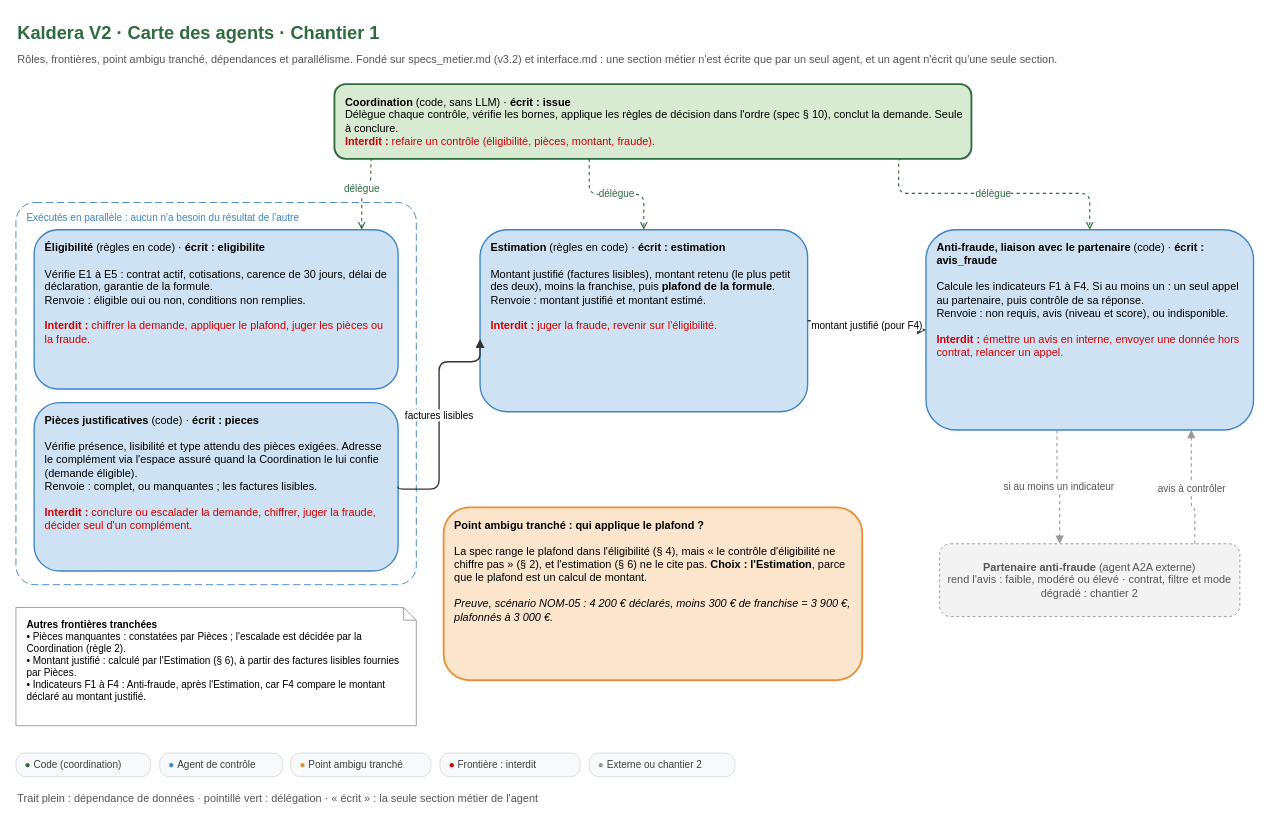
The draw.io diagram schemas/schema-1-carte-des-agents.drawio in Ganda15/kaldera-v2-conception, before the edit. Source tidied: cells renumbered, new cells numbered last; positions are measured from the earlier drawing's top-left corner, leaving out a move shared by most shapes. Both pictures are drawn from the tidied source at 91%, with x=0, y=0 at pixel (15, 15).
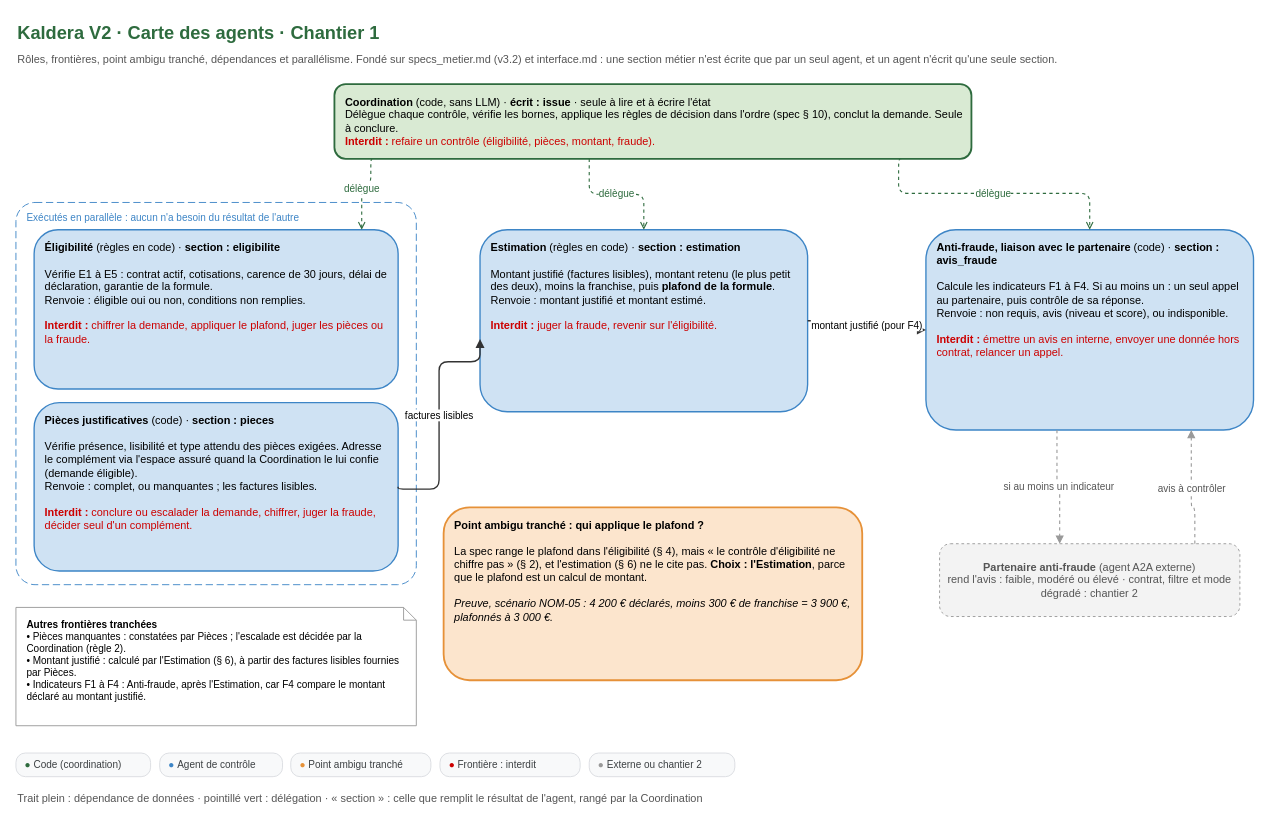
Above is the later version.

Commit message (it also covers changes not shown here):
docs(chantier 1): la Coordination seule lit et ecrit l'etat de la demande

What changed in the source:
```diff
@@
-    <mxCell id="4" value="&lt;b&gt;Coordination&lt;/b&gt; (code, sans LLM) · &lt;b&gt;écrit : issue&lt;/b&gt;&lt;br&gt;Délègue chaque contrôle, vérifie les bornes, applique les règles de décision dans l'ordre (spec § 10), conclut la demande. Seule à conclure.&lt;br&gt;&lt;font color=&quot;#cc0000&quot;&gt;&lt;b&gt;Interdit :&lt;/b&gt; refaire un contrôle (éligibilité, pièces, montant, fraude).&lt;/font&gt;" style="whiteSpace=wrap;html=1;fontFamily=Arial;fontSize=12;align=left;spacingLeft=10;spacingRight=8;verticalAlign=top;spacingTop=6;rounded=1;fillColor=#d9ead3;strokeColor=#2E6B3E;strokeWidth=2;" parent="1" vertex="1">
+    <mxCell id="4" value="&lt;b&gt;Coordination&lt;/b&gt; (code, sans LLM) · &lt;b&gt;écrit : issue&lt;/b&gt; · seule à lire et à écrire l'état&lt;br&gt;Délègue chaque contrôle, vérifie les bornes, applique les règles de décision dans l'ordre (spec § 10), conclut la demande. Seule à conclure.&lt;br&gt;&lt;font color=&quot;#cc0000&quot;&gt;&lt;b&gt;Interdit :&lt;/b&gt; refaire un contrôle (éligibilité, pièces, montant, fraude).&lt;/font&gt;" style="whiteSpace=wrap;html=1;fontFamily=Arial;fontSize=12;align=left;spacingLeft=10;spacingRight=8;verticalAlign=top;spacingTop=6;rounded=1;fillColor=#d9ead3;strokeColor=#2E6B3E;strokeWidth=2;" parent="1" vertex="1">
       <mxGeometry x="350" y="75" width="700" height="82" as="geometry" />
     </mxCell>
@@
-    <mxCell id="6" value="&lt;b&gt;Éligibilité&lt;/b&gt; (règles en code) · &lt;b&gt;écrit : eligibilite&lt;/b&gt;&lt;br&gt;&lt;br&gt;Vérifie E1 à E5 : contrat actif, cotisations, carence de 30 jours, délai de déclaration, garantie de la formule.&lt;br&gt;Renvoie : éligible oui ou non, conditions non remplies.&lt;br&gt;&lt;br&gt;&lt;font color=&quot;#cc0000&quot;&gt;&lt;b&gt;Interdit :&lt;/b&gt; chiffrer la demande, appliquer le plafond, juger les pièces ou la fraude.&lt;/font&gt;" style="whiteSpace=wrap;html=1;fontFamily=Arial;fontSize=12;align=left;spacingLeft=10;spacingRight=8;verticalAlign=top;spacingTop=6;rounded=1;fillColor=#cfe2f3;strokeColor=#3d85c6;strokeWidth=1.5;" parent="1" vertex="1">
+    <mxCell id="6" value="&lt;b&gt;Éligibilité&lt;/b&gt; (règles en code) · &lt;b&gt;section : eligibilite&lt;/b&gt;&lt;br&gt;&lt;br&gt;Vérifie E1 à E5 : contrat actif, cotisations, carence de 30 jours, délai de déclaration, garantie de la formule.&lt;br&gt;Renvoie : éligible oui ou non, conditions non remplies.&lt;br&gt;&lt;br&gt;&lt;font color=&quot;#cc0000&quot;&gt;&lt;b&gt;Interdit :&lt;/b&gt; chiffrer la demande, appliquer le plafond, juger les pièces ou la fraude.&lt;/font&gt;" style="whiteSpace=wrap;html=1;fontFamily=Arial;fontSize=12;align=left;spacingLeft=10;spacingRight=8;verticalAlign=top;spacingTop=6;rounded=1;fillColor=#cfe2f3;strokeColor=#3d85c6;strokeWidth=1.5;" parent="1" vertex="1">
       <mxGeometry x="20" y="235" width="400" height="175" as="geometry" />
     </mxCell>
-    <mxCell id="7" value="&lt;b&gt;Pièces justificatives&lt;/b&gt; (code) · &lt;b&gt;écrit : pieces&lt;/b&gt;&lt;br&gt;&lt;br&gt;Vérifie présence, lisibilité et type attendu des pièces exigées. Adresse le complément via l'espace assuré quand la Coordination le lui confie (demande éligible).&lt;br&gt;Renvoie : complet, ou manquantes ; les factures lisibles.&lt;br&gt;&lt;br&gt;&lt;font color=&quot;#cc0000&quot;&gt;&lt;b&gt;Interdit :&lt;/b&gt; conclure ou escalader la demande, chiffrer, juger la fraude, décider seul d'un complément.&lt;/font&gt;" style="whiteSpace=wrap;html=1;fontFamily=Arial;fontSize=12;align=left;spacingLeft=10;spacingRight=8;verticalAlign=top;spacingTop=6;rounded=1;fillColor=#cfe2f3;strokeColor=#3d85c6;strokeWidth=1.5;" parent="1" vertex="1">
+    <mxCell id="7" value="&lt;b&gt;Pièces justificatives&lt;/b&gt; (code) · &lt;b&gt;section : pieces&lt;/b&gt;&lt;br&gt;&lt;br&gt;Vérifie présence, lisibilité et type attendu des pièces exigées. Adresse le complément via l'espace assuré quand la Coordination le lui confie (demande éligible).&lt;br&gt;Renvoie : complet, ou manquantes ; les factures lisibles.&lt;br&gt;&lt;br&gt;&lt;font color=&quot;#cc0000&quot;&gt;&lt;b&gt;Interdit :&lt;/b&gt; conclure ou escalader la demande, chiffrer, juger la fraude, décider seul d'un complément.&lt;/font&gt;" style="whiteSpace=wrap;html=1;fontFamily=Arial;fontSize=12;align=left;spacingLeft=10;spacingRight=8;verticalAlign=top;spacingTop=6;rounded=1;fillColor=#cfe2f3;strokeColor=#3d85c6;strokeWidth=1.5;" parent="1" vertex="1">
       <mxGeometry x="20" y="425" width="400" height="185" as="geometry" />
     </mxCell>
-    <mxCell id="8" value="&lt;b&gt;Estimation&lt;/b&gt; (règles en code) · &lt;b&gt;écrit : estimation&lt;/b&gt;&lt;br&gt;&lt;br&gt;Montant justifié (factures lisibles), montant retenu (le plus petit des deux), moins la franchise, puis &lt;b&gt;plafond de la formule&lt;/b&gt;.&lt;br&gt;Renvoie : montant justifié et montant estimé.&lt;br&gt;&lt;br&gt;&lt;font color=&quot;#cc0000&quot;&gt;&lt;b&gt;Interdit :&lt;/b&gt; juger la fraude, revenir sur l'éligibilité.&lt;/font&gt;" style="whiteSpace=wrap;html=1;fontFamily=Arial;fontSize=12;align=left;spacingLeft=10;spacingRight=8;verticalAlign=top;spacingTop=6;rounded=1;fillColor=#cfe2f3;strokeColor=#3d85c6;strokeWidth=1.5;" parent="1" vertex="1">
+    <mxCell id="8" value="&lt;b&gt;Estimation&lt;/b&gt; (règles en code) · &lt;b&gt;section : estimation&lt;/b&gt;&lt;br&gt;&lt;br&gt;Montant justifié (factures lisibles), montant retenu (le plus petit des deux), moins la franchise, puis &lt;b&gt;plafond de la formule&lt;/b&gt;.&lt;br&gt;Renvoie : montant justifié et montant estimé.&lt;br&gt;&lt;br&gt;&lt;font color=&quot;#cc0000&quot;&gt;&lt;b&gt;Interdit :&lt;/b&gt; juger la fraude, revenir sur l'éligibilité.&lt;/font&gt;" style="whiteSpace=wrap;html=1;fontFamily=Arial;fontSize=12;align=left;spacingLeft=10;spacingRight=8;verticalAlign=top;spacingTop=6;rounded=1;fillColor=#cfe2f3;strokeColor=#3d85c6;strokeWidth=1.5;" parent="1" vertex="1">
       <mxGeometry x="510" y="235" width="360" height="200" as="geometry" />
     </mxCell>
-    <mxCell id="9" value="&lt;b&gt;Anti-fraude, liaison avec le partenaire&lt;/b&gt; (code) · &lt;b&gt;écrit : avis_fraude&lt;/b&gt;&lt;br&gt;&lt;br&gt;Calcule les indicateurs F1 à F4. Si au moins un : un seul appel au partenaire, puis contrôle de sa réponse.&lt;br&gt;Renvoie : non requis, avis (niveau et score), ou indisponible.&lt;br&gt;&lt;br&gt;&lt;font color=&quot;#cc0000&quot;&gt;&lt;b&gt;Interdit :&lt;/b&gt; émettre un avis en interne, envoyer une donnée hors contrat, relancer un appel.&lt;/font&gt;" style="whiteSpace=wrap;html=1;fontFamily=Arial;fontSize=12;align=left;spacingLeft=10;spacingRight=8;verticalAlign=top;spacingTop=6;rounded=1;fillColor=#cfe2f3;strokeColor=#3d85c6;strokeWidth=1.5;" parent="1" vertex="1">
+    <mxCell id="9" value="&lt;b&gt;Anti-fraude, liaison avec le partenaire&lt;/b&gt; (code) · &lt;b&gt;section : avis_fraude&lt;/b&gt;&lt;br&gt;&lt;br&gt;Calcule les indicateurs F1 à F4. Si au moins un : un seul appel au partenaire, puis contrôle de sa réponse.&lt;br&gt;Renvoie : non requis, avis (niveau et score), ou indisponible.&lt;br&gt;&lt;br&gt;&lt;font color=&quot;#cc0000&quot;&gt;&lt;b&gt;Interdit :&lt;/b&gt; émettre un avis en interne, envoyer une donnée hors contrat, relancer un appel.&lt;/font&gt;" style="whiteSpace=wrap;html=1;fontFamily=Arial;fontSize=12;align=left;spacingLeft=10;spacingRight=8;verticalAlign=top;spacingTop=6;rounded=1;fillColor=#cfe2f3;strokeColor=#3d85c6;strokeWidth=1.5;" parent="1" vertex="1">
       <mxGeometry x="1000" y="235" width="360" height="220" as="geometry" />
     </mxCell>
@@
-    <mxCell id="25" value="Trait plein : dépendance de données · pointillé vert : délégation · « écrit » : la seule section métier de l'agent" style="text;html=1;fontFamily=Arial;fontSize=12;fontColor=#555555;align=left;verticalAlign=top;whiteSpace=wrap;" parent="1" vertex="1">
+    <mxCell id="25" value="Trait plein : dépendance de données · pointillé vert : délégation · « section » : celle que remplit le résultat de l'agent, rangé par la Coordination" style="text;html=1;fontFamily=Arial;fontSize=12;fontColor=#555555;align=left;verticalAlign=top;whiteSpace=wrap;" parent="1" vertex="1">
       <mxGeometry y="846" width="900" height="20" as="geometry" />
     </mxCell>
```
